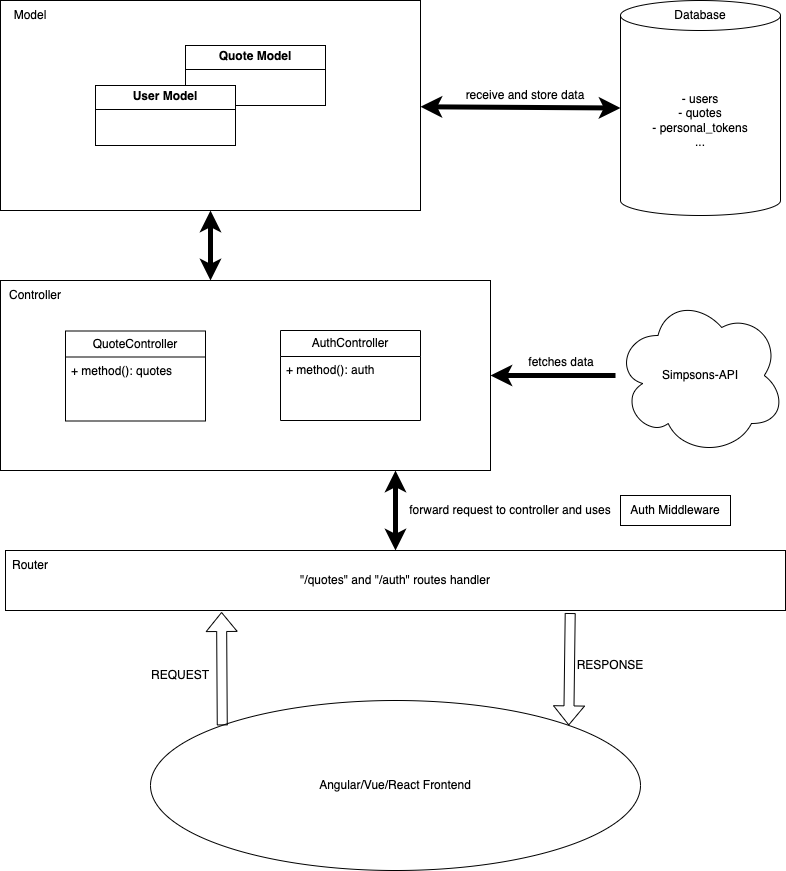
Earlier version of the draw.io export Backend_Architecture.png (matzedav/challenge-hanseatic). Source tidied: cells renumbered, new cells last; positions are measured from the earlier drawing's top-left corner, leaving out a move shared by most shapes.
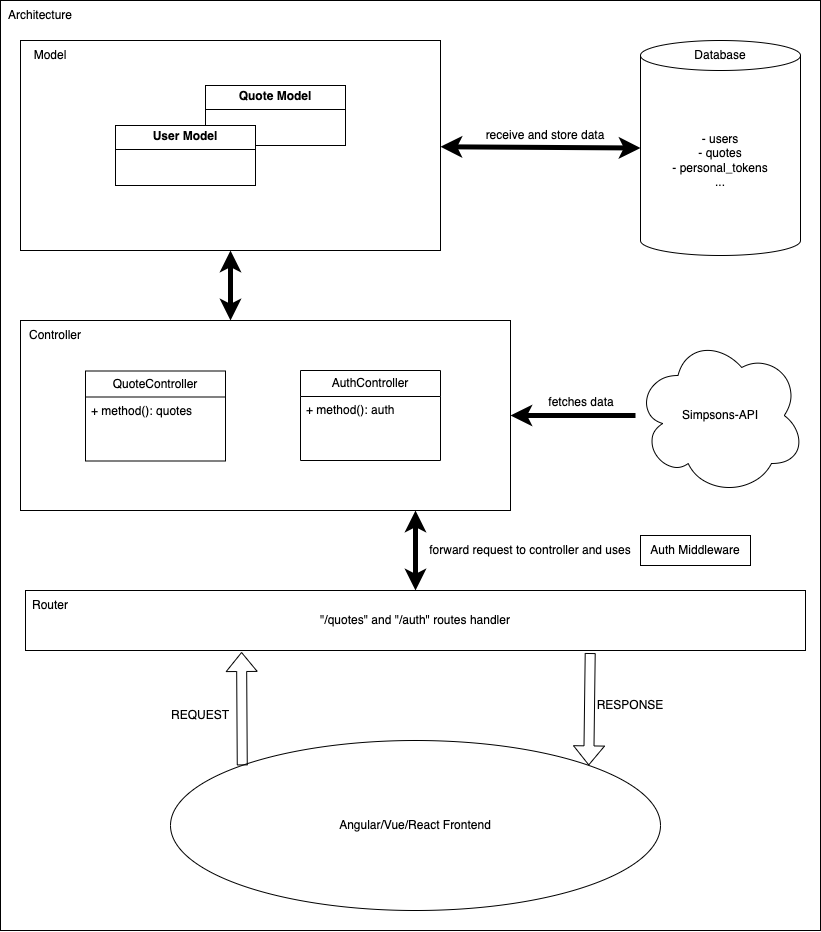
The same file after the commit.

Commit message:
#master error handling and add readme architecture

Change to the diagram source:
```diff
@@ -2,6 +2,9 @@
   <root>
     <mxCell id="0" />
     <mxCell id="1" parent="0" />
+    <mxCell id="30" style="rounded=0;whiteSpace=wrap;html=1;" parent="1" vertex="1">
+      <mxGeometry x="-20" y="-40" width="820" height="930" as="geometry" />
+    </mxCell>
     <mxCell id="2" style="rounded=0;whiteSpace=wrap;html=1;" parent="1" vertex="1">
       <mxGeometry width="420" height="210" as="geometry" />
     </mxCell>
@@ -90,5 +93,8 @@
     <mxCell id="29" value="fetches data" style="text;strokeColor=none;align=center;fillColor=none;html=1;verticalAlign=middle;whiteSpace=wrap;rounded=0;" parent="1" vertex="1">
       <mxGeometry x="466" y="347" width="190" height="30" as="geometry" />
     </mxCell>
+    <mxCell id="31" value="Architecture" style="text;strokeColor=none;align=center;fillColor=none;html=1;verticalAlign=middle;whiteSpace=wrap;rounded=0;" parent="1" vertex="1">
+      <mxGeometry x="-10" y="-40" width="60" height="30" as="geometry" />
+    </mxCell>
   </root>
 </mxGraphModel>
```
